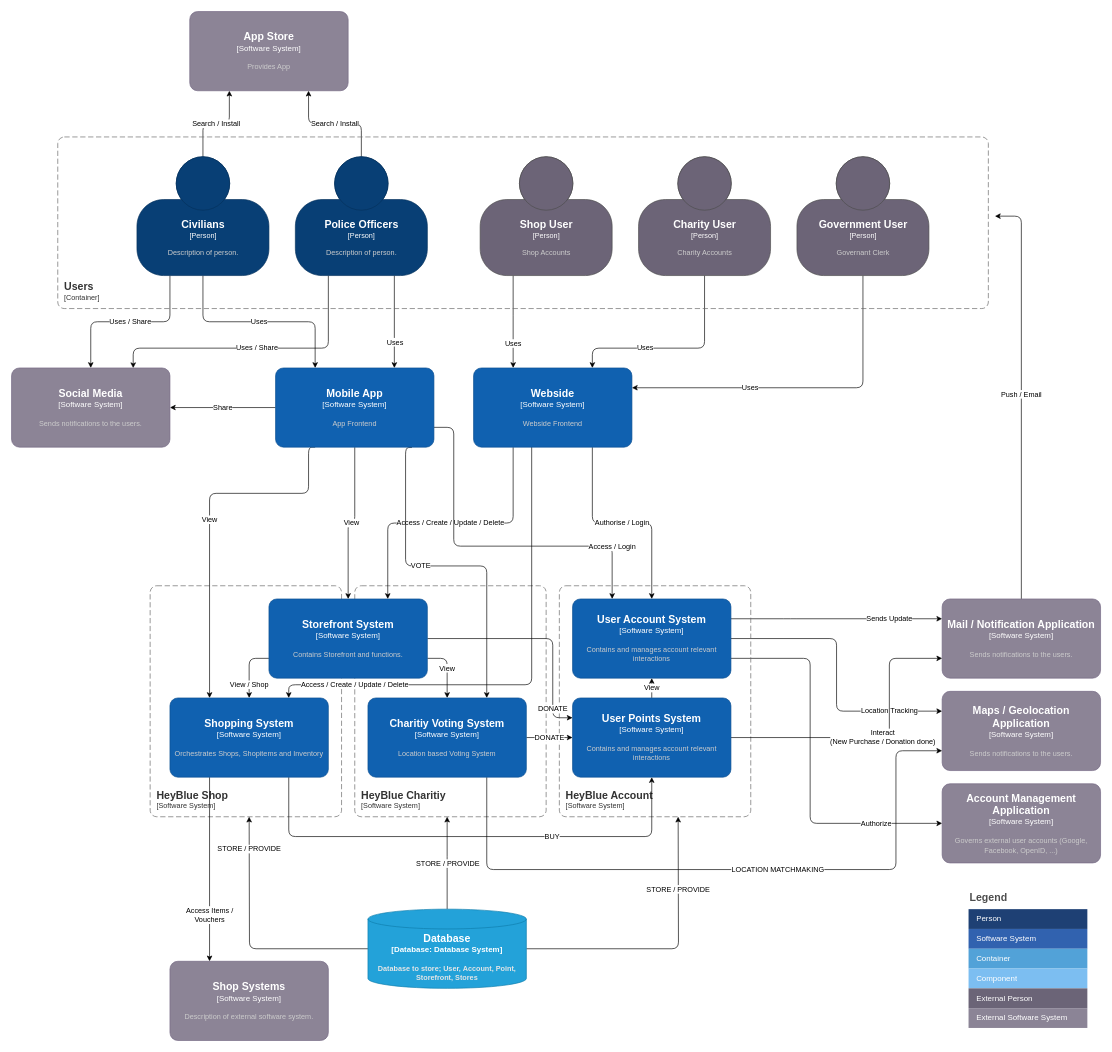
This is page "C4 Level2" (1 of 2) of WiP/Usecases/12_shop.drawio from MinniMieze/HeyBlue, a draw.io file, before an edit. Source tidied: cells renumbered, new cells numbered last; positions are measured from the earlier drawing's top-left corner, leaving out a move shared by most shapes. Both pictures are drawn from the tidied source at 66%, with x=0, y=0 at pixel (11, 11).
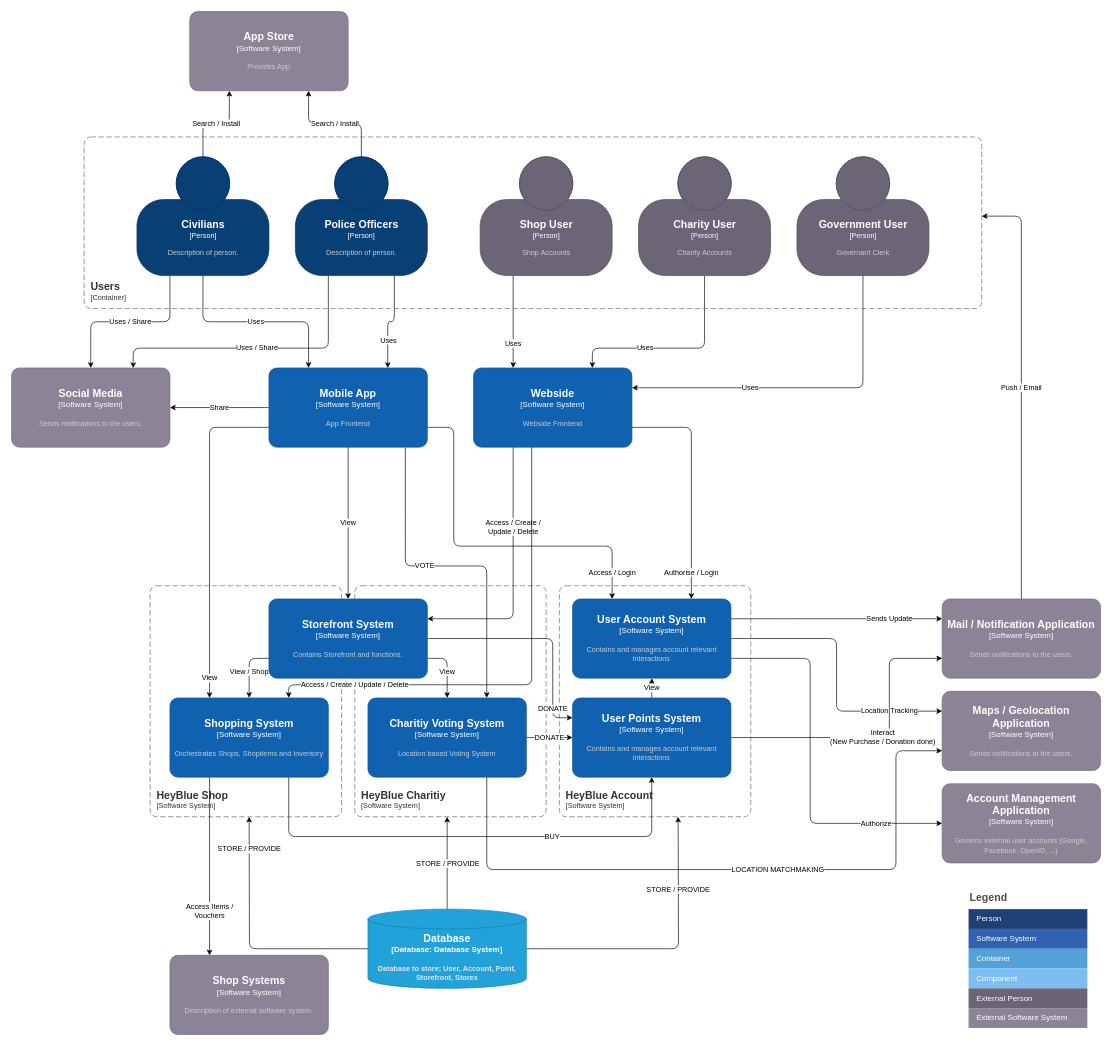
The same diagram, later.

Unchanged cells that the change refers to:
```xml
<object id="5" label="&lt;font style=&quot;font-size: 16px&quot;&gt;&lt;b&gt;%c4Name%&lt;/b&gt;&lt;/font&gt;&lt;div&gt;[%c4Type%]&lt;/div&gt;&lt;br&gt;&lt;div&gt;&lt;font style=&quot;font-size: 11px&quot;&gt;&lt;font color=&quot;#cccccc&quot;&gt;%c4Description%&lt;/font&gt;&lt;/div&gt;" c4Description="Contains and manages account relevant interactions" c4Name="User Account System" c4Type="Software System" placeholders="1">
  <mxCell style="rounded=1;whiteSpace=wrap;html=1;labelBackgroundColor=none;fillColor=#1061B0;fontColor=#ffffff;align=center;arcSize=10;strokeColor=#0D5091;points=[[0.25,0,0],[0.5,0,0],[0.75,0,0],[1,0.25,0],[1,0.5,0],[1,0.75,0],[0.75,1,0],[0.5,1,0],[0.25,1,0],[0,0.75,0],[0,0.5,0],[0,0.25,0]];" parent="1" vertex="1">
    <mxGeometry x="850" y="890" width="240" height="120" as="geometry" />
  </mxCell>
</object>
<object id="17" label="&lt;font style=&quot;font-size: 16px&quot;&gt;&lt;b&gt;%c4Name%&lt;/b&gt;&lt;/font&gt;&lt;div&gt;[%c4Type%]&lt;/div&gt;&lt;br&gt;&lt;div&gt;&lt;font style=&quot;font-size: 11px&quot;&gt;&lt;font color=&quot;#cccccc&quot;&gt;%c4Description%&lt;/font&gt;&lt;/div&gt;" c4Description="Sends notifications to the users." c4Name="Mail / Notification Application" c4Type="Software System" placeholders="1">
  <mxCell style="rounded=1;whiteSpace=wrap;html=1;labelBackgroundColor=none;fillColor=#8C8496;fontColor=#ffffff;align=center;arcSize=10;strokeColor=#736782;points=[[0.25,0,0],[0.5,0,0],[0.75,0,0],[1,0.25,0],[1,0.5,0],[1,0.75,0],[0.75,1,0],[0.5,1,0],[0.25,1,0],[0,0.75,0],[0,0.5,0],[0,0.25,0]];" parent="1" vertex="1">
    <mxGeometry x="1410" y="890" width="240" height="120" as="geometry" />
  </mxCell>
</object>
<object id="23" label="&lt;font style=&quot;font-size: 16px&quot;&gt;&lt;b&gt;%c4Name%&lt;/b&gt;&lt;/font&gt;&lt;div&gt;[%c4Type%]&lt;/div&gt;&lt;br&gt;&lt;div&gt;&lt;font style=&quot;font-size: 11px&quot;&gt;&lt;font color=&quot;#cccccc&quot;&gt;%c4Description%&lt;/font&gt;&lt;/div&gt;" c4Description="Contains Storefront and functions." c4Name="Storefront System" c4Type="Software System" placeholders="1">
  <mxCell style="rounded=1;whiteSpace=wrap;html=1;labelBackgroundColor=none;fillColor=#1061B0;fontColor=#ffffff;align=center;arcSize=10;strokeColor=#0D5091;points=[[0.25,0,0],[0.5,0,0],[0.75,0,0],[1,0.25,0],[1,0.5,0],[1,0.75,0],[0.75,1,0],[0.5,1,0],[0.25,1,0],[0,0.75,0],[0,0.5,0],[0,0.25,0]];" parent="1" vertex="1">
    <mxGeometry x="390" y="890" width="240" height="120" as="geometry" />
  </mxCell>
</object>
<object id="26" label="&lt;font style=&quot;font-size: 16px&quot;&gt;&lt;b&gt;%c4Name%&lt;/b&gt;&lt;/font&gt;&lt;div&gt;[%c4Type%]&lt;/div&gt;&lt;br&gt;&lt;div&gt;&lt;font style=&quot;font-size: 11px&quot;&gt;&lt;font color=&quot;#cccccc&quot;&gt;%c4Description%&lt;/font&gt;&lt;/div&gt;" c4Description="Orchestrates Shops, Shopitems and Inventory" c4Name="Shopping System" c4Type="Software System" placeholders="1">
  <mxCell style="rounded=1;whiteSpace=wrap;html=1;labelBackgroundColor=none;fillColor=#1061B0;fontColor=#ffffff;align=center;arcSize=10;strokeColor=#0D5091;points=[[0.25,0,0],[0.5,0,0],[0.75,0,0],[1,0.25,0],[1,0.5,0],[1,0.75,0],[0.75,1,0],[0.5,1,0],[0.25,1,0],[0,0.75,0],[0,0.5,0],[0,0.25,0]];" parent="1" vertex="1">
    <mxGeometry x="240" y="1040" width="240" height="120" as="geometry" />
  </mxCell>
</object>
<object id="36" label="&lt;font style=&quot;font-size: 16px&quot;&gt;&lt;b&gt;%c4Name%&lt;/b&gt;&lt;/font&gt;&lt;div&gt;[%c4Type%]&lt;/div&gt;&lt;br&gt;&lt;div&gt;&lt;font style=&quot;font-size: 11px&quot;&gt;&lt;font color=&quot;#cccccc&quot;&gt;%c4Description%&lt;/font&gt;&lt;/div&gt;" c4Description="Webside Frontend" c4Name="Webside" c4Type="Software System" placeholders="1">
  <mxCell style="rounded=1;whiteSpace=wrap;html=1;labelBackgroundColor=none;fillColor=#1061B0;fontColor=#ffffff;align=center;arcSize=10;strokeColor=#0D5091;points=[[0.25,0,0],[0.5,0,0],[0.75,0,0],[1,0.25,0],[1,0.5,0],[1,0.75,0],[0.75,1,0],[0.5,1,0],[0.25,1,0],[0,0.75,0],[0,0.5,0],[0,0.25,0]];" parent="1" vertex="1">
    <mxGeometry x="700" y="540" width="240" height="120" as="geometry" />
  </mxCell>
</object>
<object id="62" label="&lt;font style=&quot;font-size: 16px&quot;&gt;&lt;b&gt;%c4Name%&lt;/b&gt;&lt;/font&gt;&lt;div&gt;[%c4Type%]&lt;/div&gt;&lt;br&gt;&lt;div&gt;&lt;font style=&quot;font-size: 11px&quot;&gt;&lt;font color=&quot;#cccccc&quot;&gt;%c4Description%&lt;/font&gt;&lt;/div&gt;" c4Description="Location based Voting System" c4Name="Charitiy Voting System" c4Type="Software System" placeholders="1">
  <mxCell style="rounded=1;whiteSpace=wrap;html=1;labelBackgroundColor=none;fillColor=#1061B0;fontColor=#ffffff;align=center;arcSize=10;strokeColor=#0D5091;points=[[0.25,0,0],[0.5,0,0],[0.75,0,0],[1,0.25,0],[1,0.5,0],[1,0.75,0],[0.75,1,0],[0.5,1,0],[0.25,1,0],[0,0.75,0],[0,0.5,0],[0,0.25,0]];" parent="1" vertex="1">
    <mxGeometry x="540" y="1040" width="240" height="120" as="geometry" />
  </mxCell>
</object>
```

The edit, as a diff of the source:
```diff
@@
     <mxCell id="16" value="Push / Email" style="edgeStyle=orthogonalEdgeStyle;html=1;exitX=0.5;exitY=0;exitDx=0;exitDy=0;exitPerimeter=0;" parent="1" edge="1" source="17">
       <mxGeometry relative="1" as="geometry">
-        <mxPoint x="1490" y="310" as="targetPoint" />
+        <mxPoint x="1470" y="310" as="targetPoint" />
         <Array as="points">
           <mxPoint x="1530" y="310" />
         </Array>
       </mxGeometry>
     </mxCell>
@@
     <mxCell id="20" value="View / Shop" style="edgeStyle=orthogonalEdgeStyle;html=1;exitX=0;exitY=0.75;exitDx=0;exitDy=0;exitPerimeter=0;entryX=0.5;entryY=0;entryDx=0;entryDy=0;entryPerimeter=0;" parent="1" edge="1" source="23" target="26">
-      <mxGeometry x="0.56" relative="1" as="geometry" />
+      <mxGeometry x="0.11" relative="1" as="geometry" />
     </mxCell>
@@
     <mxCell id="22" value="View" style="edgeStyle=orthogonalEdgeStyle;html=1;exitX=1;exitY=0.75;exitDx=0;exitDy=0;exitPerimeter=0;entryX=0.5;entryY=0;entryDx=0;entryDy=0;entryPerimeter=0;strokeColor=#000000;" parent="1" edge="1" source="23" target="62">
-      <mxGeometry relative="1" as="geometry" />
+      <mxGeometry x="0.11" relative="1" as="geometry" />
     </mxCell>
@@
     <object id="27" label="&lt;font style=&quot;font-size: 16px&quot;&gt;&lt;b&gt;%c4Name%&lt;/b&gt;&lt;/font&gt;&lt;div&gt;[%c4Type%]&lt;/div&gt;&lt;br&gt;&lt;div&gt;&lt;font style=&quot;font-size: 11px&quot;&gt;&lt;font color=&quot;#cccccc&quot;&gt;%c4Description%&lt;/font&gt;&lt;/div&gt;" c4Description="Description of external software system." c4Name="Shop Systems" c4Type="Software System" placeholders="1">
       <mxCell style="rounded=1;whiteSpace=wrap;html=1;labelBackgroundColor=none;fillColor=#8C8496;fontColor=#ffffff;align=center;arcSize=10;strokeColor=#736782;points=[[0.25,0,0],[0.5,0,0],[0.75,0,0],[1,0.25,0],[1,0.5,0],[1,0.75,0],[0.75,1,0],[0.5,1,0],[0.25,1,0],[0,0.75,0],[0,0.5,0],[0,0.25,0]];" parent="1" vertex="1">
-        <mxGeometry x="240" y="1439" width="240" height="120" as="geometry" />
+        <mxGeometry x="240" y="1430" width="240" height="120" as="geometry" />
       </mxCell>
     </object>
@@
-    <mxCell id="33" value="Authorise / Login" style="edgeStyle=orthogonalEdgeStyle;html=1;exitX=0.75;exitY=1;exitDx=0;exitDy=0;exitPerimeter=0;entryX=0.5;entryY=0;entryDx=0;entryDy=0;entryPerimeter=0;" parent="1" edge="1" source="36" target="5">
-      <mxGeometry relative="1" as="geometry" />
+    <mxCell id="33" value="Authorise / Login" style="edgeStyle=orthogonalEdgeStyle;html=1;exitX=1;exitY=0.75;exitDx=0;exitDy=0;exitPerimeter=0;entryX=0.75;entryY=0;entryDx=0;entryDy=0;entryPerimeter=0;" parent="1" edge="1" source="36" target="5">
+      <mxGeometry x="0.77" relative="1" as="geometry" />
     </mxCell>
-    <mxCell id="34" value="Access / Create / Update / Delete" style="edgeStyle=orthogonalEdgeStyle;html=1;exitX=0.25;exitY=1;exitDx=0;exitDy=0;exitPerimeter=0;entryX=0.75;entryY=0;entryDx=0;entryDy=0;entryPerimeter=0;" parent="1" edge="1" source="36" target="23">
-      <mxGeometry relative="1" as="geometry" />
+    <mxCell id="34" value="Access / Create /&lt;br&gt;Update / Delete" style="edgeStyle=orthogonalEdgeStyle;html=1;exitX=0.25;exitY=1;exitDx=0;exitDy=0;exitPerimeter=0;entryX=1;entryY=0.25;entryDx=0;entryDy=0;entryPerimeter=0;" parent="1" edge="1" source="36" target="23">
+      <mxGeometry x="-0.38" relative="1" as="geometry" />
     </mxCell>
@@
-    <mxCell id="38" value="View" style="edgeStyle=orthogonalEdgeStyle;html=1;exitX=0.25;exitY=1;exitDx=0;exitDy=0;exitPerimeter=0;entryX=0.25;entryY=0;entryDx=0;entryDy=0;entryPerimeter=0;" parent="1" edge="1" source="42" target="26">
-      <mxGeometry relative="1" as="geometry">
+    <mxCell id="38" value="View" style="edgeStyle=orthogonalEdgeStyle;html=1;exitX=0;exitY=0.75;exitDx=0;exitDy=0;exitPerimeter=0;entryX=0.25;entryY=0;entryDx=0;entryDy=0;entryPerimeter=0;" parent="1" edge="1" source="42" target="26">
+      <mxGeometry x="0.88" relative="1" as="geometry">
         <Array as="points">
-          <mxPoint x="450" y="730" />
-          <mxPoint x="300" y="730" />
+          <mxPoint x="300" y="630" />
         </Array>
       </mxGeometry>
     </mxCell>
     <mxCell id="39" value="Access / Login" style="edgeStyle=orthogonalEdgeStyle;html=1;exitX=1;exitY=0.75;exitDx=0;exitDy=0;exitPerimeter=0;entryX=0.25;entryY=0;entryDx=0;entryDy=0;entryPerimeter=0;" parent="1" edge="1" source="42" target="5">
-      <mxGeometry x="0.7" relative="1" as="geometry">
+      <mxGeometry x="0.85" relative="1" as="geometry">
         <Array as="points">
           <mxPoint x="670" y="630" />
           <mxPoint x="670" y="810" />
           <mxPoint x="910" y="810" />
         </Array>
       </mxGeometry>
     </mxCell>
@@
     <object id="42" label="&lt;font style=&quot;font-size: 16px&quot;&gt;&lt;b&gt;%c4Name%&lt;/b&gt;&lt;/font&gt;&lt;div&gt;[%c4Type%]&lt;/div&gt;&lt;br&gt;&lt;div&gt;&lt;font style=&quot;font-size: 11px&quot;&gt;&lt;font color=&quot;#cccccc&quot;&gt;%c4Description%&lt;/font&gt;&lt;/div&gt;" c4Description="App Frontend" c4Name="Mobile App" c4Type="Software System" placeholders="1">
       <mxCell style="rounded=1;whiteSpace=wrap;html=1;labelBackgroundColor=none;fillColor=#1061B0;fontColor=#ffffff;align=center;arcSize=10;strokeColor=#0D5091;points=[[0.25,0,0],[0.5,0,0],[0.75,0,0],[1,0.25,0],[1,0.5,0],[1,0.75,0],[0.75,1,0],[0.5,1,0],[0.25,1,0],[0,0.75,0],[0,0.5,0],[0,0.25,0]];" parent="1" vertex="1">
-        <mxGeometry x="400" y="540" width="240" height="120" as="geometry" />
+        <mxGeometry x="390" y="540" width="240" height="120" as="geometry" />
       </mxCell>
     </object>
@@
     <object id="59" label="&lt;font style=&quot;font-size: 16px&quot;&gt;&lt;b&gt;&lt;div style=&quot;text-align: left&quot;&gt;%c4Name%&lt;/div&gt;&lt;/b&gt;&lt;/font&gt;&lt;div style=&quot;text-align: left&quot;&gt;[%c4Application%]&lt;/div&gt;" c4Application="Container" c4Name="Users" placeholders="1">
       <mxCell style="rounded=1;fontSize=11;whiteSpace=wrap;html=1;dashed=1;arcSize=20;fillColor=none;strokeColor=#666666;fontColor=#333333;labelBackgroundColor=none;align=left;verticalAlign=bottom;labelBorderColor=none;spacingTop=0;spacing=10;dashPattern=8 4;perimeter=rectanglePerimeter;noLabel=0;labelPadding=0;absoluteArcSize=1;" parent="1" vertex="1">
-        <mxGeometry x="70" y="190" width="1410" height="260" as="geometry" />
+        <mxGeometry x="110" y="190" width="1360" height="260" as="geometry" />
       </mxCell>
     </object>
```
